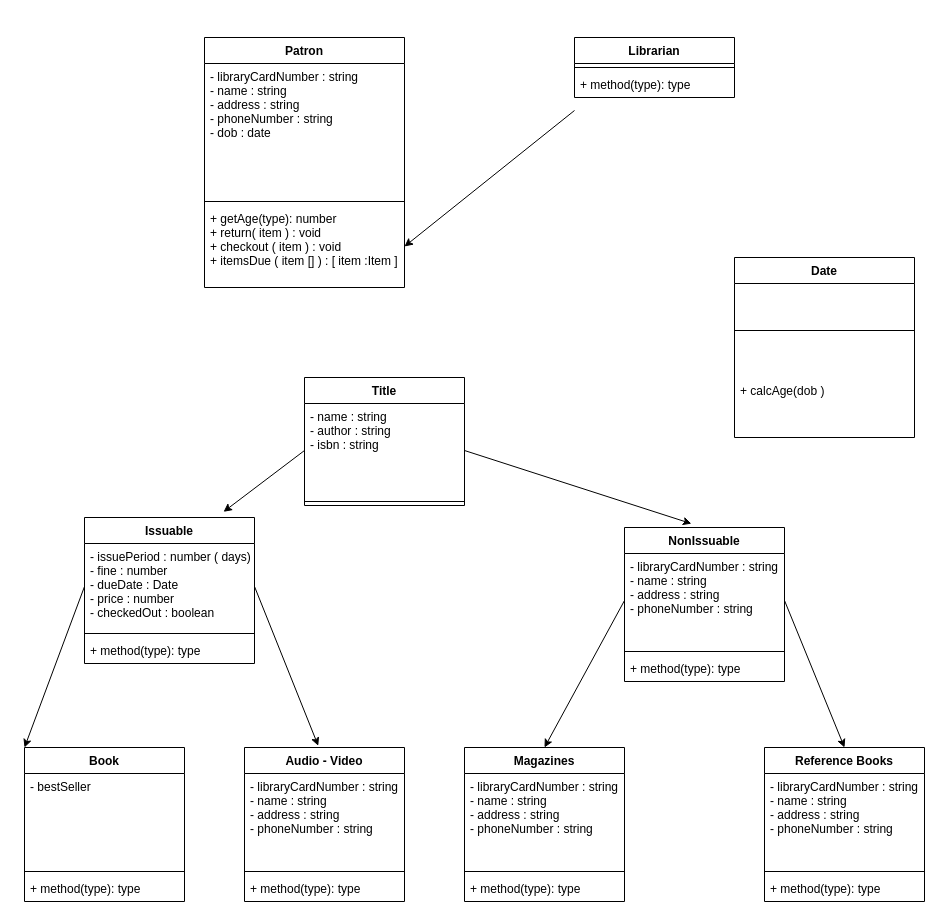
Above: ooa/library.drawio in code0monkey1/init-software-architecture-and-design (draw.io), before the change. Source tidied: cells renumbered, new cells numbered last; positions are measured from the earlier drawing's top-left corner, leaving out a move shared by most shapes. Both pictures are drawn from the tidied source at 100%, with x=0, y=0 at pixel (24, 37).
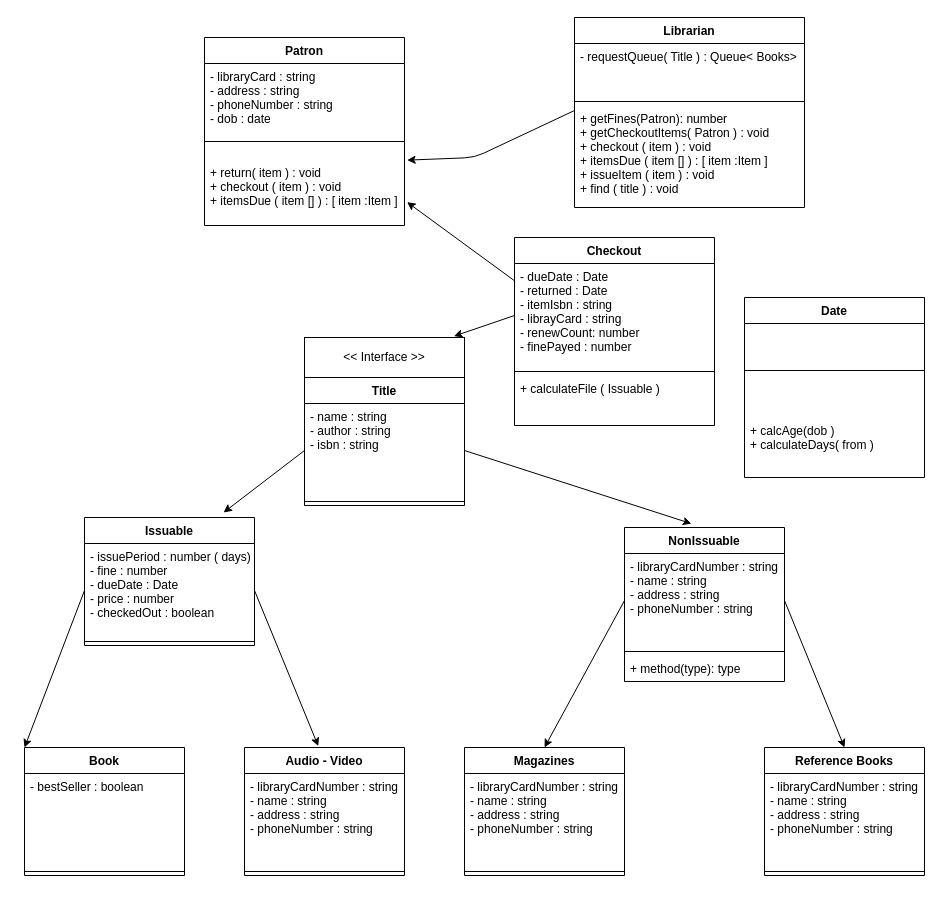
The same page after the edit.

Diff of the diagram source:
```diff
@@
     <mxCell id="2" value="Patron" style="swimlane;fontStyle=1;align=center;verticalAlign=top;horizontal=1;startSize=26;" parent="1" vertex="1">
-      <mxGeometry x="180" width="200" height="250" as="geometry" />
+      <mxGeometry x="180" width="200" height="188" as="geometry" />
     </mxCell>
-    <mxCell id="3" value="- libraryCardNumber : string&#10;- name : string&#10;- address : string&#10;- phoneNumber : string&#10;- dob : date&#10;" style="text;strokeColor=none;fillColor=none;align=left;verticalAlign=top;spacingLeft=4;spacingRight=4;overflow=hidden;" parent="2" vertex="1">
-      <mxGeometry y="26" width="200" height="134" as="geometry" />
+    <mxCell id="3" value="- libraryCard : string&#10;- address : string&#10;- phoneNumber : string&#10;- dob : date&#10;" style="text;strokeColor=none;fillColor=none;align=left;verticalAlign=top;spacingLeft=4;spacingRight=4;overflow=hidden;" parent="2" vertex="1">
+      <mxGeometry y="26" width="200" height="74" as="geometry" />
     </mxCell>
     <mxCell id="4" style="line;strokeWidth=1;fillColor=none;align=left;verticalAlign=middle;spacingTop=-1;spacingLeft=3;spacingRight=3;labelPosition=right;strokeColor=inherit;" parent="2" vertex="1">
-      <mxGeometry y="160" width="200" height="8" as="geometry" />
+      <mxGeometry y="100" width="200" height="8" as="geometry" />
     </mxCell>
-    <mxCell id="5" value="+ getAge(type): number&#10;+ return( item ) : void&#10;+ checkout ( item ) : void&#10;+ itemsDue ( item [] ) : [ item :Item ]&#10;" style="text;strokeColor=none;fillColor=none;align=left;verticalAlign=top;spacingLeft=4;spacingRight=4;overflow=hidden;points=[[0,0.5],[1,0.5]];portConstraint=eastwest;" parent="2" vertex="1">
-      <mxGeometry y="168" width="200" height="82" as="geometry" />
+    <mxCell id="5" value="&#10;+ return( item ) : void&#10;+ checkout ( item ) : void&#10;+ itemsDue ( item [] ) : [ item :Item ]&#10;" style="text;strokeColor=none;fillColor=none;align=left;verticalAlign=top;spacingLeft=4;spacingRight=4;overflow=hidden;points=[[0,0.5],[1,0.5]];portConstraint=eastwest;" parent="2" vertex="1">
+      <mxGeometry y="108" width="200" height="80" as="geometry" />
     </mxCell>
-    <mxCell id="6" value="Librarian" style="swimlane;fontStyle=1;align=center;verticalAlign=top;horizontal=1;startSize=26;" parent="1" vertex="1">
-      <mxGeometry x="550" width="160" height="60" as="geometry" />
-    </mxCell>
-    <mxCell id="7" style="line;strokeWidth=1;fillColor=none;align=left;verticalAlign=middle;spacingTop=-1;spacingLeft=3;spacingRight=3;labelPosition=right;strokeColor=inherit;" parent="6" vertex="1">
-      <mxGeometry y="26" width="160" height="8" as="geometry" />
-    </mxCell>
-    <mxCell id="8" value="+ method(type): type" style="text;strokeColor=none;fillColor=none;align=left;verticalAlign=top;spacingLeft=4;spacingRight=4;overflow=hidden;" parent="6" vertex="1">
-      <mxGeometry y="34" width="160" height="26" as="geometry" />
-    </mxCell>
     <mxCell id="9" value="Book" style="swimlane;fontStyle=1;align=center;verticalAlign=top;horizontal=1;startSize=26;" parent="1" vertex="1">
-      <mxGeometry y="710" width="160" height="154" as="geometry" />
+      <mxGeometry y="710" width="160" height="128" as="geometry" />
     </mxCell>
-    <mxCell id="10" value="- bestSeller" style="text;strokeColor=none;fillColor=none;align=left;verticalAlign=top;spacingLeft=4;spacingRight=4;overflow=hidden;" parent="9" vertex="1">
+    <mxCell id="10" value="- bestSeller : boolean" style="text;strokeColor=none;fillColor=none;align=left;verticalAlign=top;spacingLeft=4;spacingRight=4;overflow=hidden;" parent="9" vertex="1">
       <mxGeometry y="26" width="160" height="94" as="geometry" />
     </mxCell>
@@
-    <mxCell id="12" value="+ method(type): type" style="text;strokeColor=none;fillColor=none;align=left;verticalAlign=top;spacingLeft=4;spacingRight=4;overflow=hidden;" parent="9" vertex="1">
-      <mxGeometry y="128" width="160" height="26" as="geometry" />
-    </mxCell>
     <mxCell id="13" value="Date" style="swimlane;fontStyle=1;align=center;verticalAlign=top;horizontal=1;startSize=26;" parent="1" vertex="1">
-      <mxGeometry x="710" y="220" width="180" height="180" as="geometry" />
+      <mxGeometry x="720" y="260" width="180" height="180" as="geometry" />
     </mxCell>
@@
-    <mxCell id="15" value="+ calcAge(dob )" style="text;strokeColor=none;fillColor=none;align=left;verticalAlign=top;spacingLeft=4;spacingRight=4;overflow=hidden;" parent="13" vertex="1">
+    <mxCell id="15" value="+ calcAge(dob )&#10;+ calculateDays( from ) " style="text;strokeColor=none;fillColor=none;align=left;verticalAlign=top;spacingLeft=4;spacingRight=4;overflow=hidden;" parent="13" vertex="1">
       <mxGeometry y="120" width="180" height="60" as="geometry" />
     </mxCell>
-    <mxCell id="16" style="edgeStyle=none;html=1;exitX=0;exitY=0.5;exitDx=0;exitDy=0;entryX=1;entryY=0.5;entryDx=0;entryDy=0;" parent="1" edge="1" target="5">
+    <mxCell id="16" style="edgeStyle=none;html=1;exitX=0;exitY=0.5;exitDx=0;exitDy=0;entryX=1.013;entryY=0.183;entryDx=0;entryDy=0;entryPerimeter=0;" parent="1" edge="1" target="5">
       <mxGeometry relative="1" as="geometry">
         <mxPoint x="550" y="73" as="sourcePoint" />
+        <Array as="points">
+          <mxPoint x="450" y="120" />
+        </Array>
       </mxGeometry>
     </mxCell>
@@
     <mxCell id="20" value="Issuable" style="swimlane;fontStyle=1;align=center;verticalAlign=top;horizontal=1;startSize=26;" parent="1" vertex="1">
-      <mxGeometry x="60" y="480" width="170" height="146" as="geometry" />
+      <mxGeometry x="60" y="480" width="170" height="128" as="geometry" />
     </mxCell>
-    <mxCell id="21" value="- issuePeriod : number ( days)&#10;- fine : number&#10;- dueDate : Date&#10;- price : number &#10;- checkedOut : boolean" style="text;strokeColor=none;fillColor=none;align=left;verticalAlign=top;spacingLeft=4;spacingRight=4;overflow=hidden;points=[[0,0.5],[1,0.5]];portConstraint=eastwest;" parent="20" vertex="1">
-      <mxGeometry y="26" width="170" height="86" as="geometry" />
+    <mxCell id="21" value="- issuePeriod : number ( days)&#10;- fine : number&#10;- dueDate : Date&#10;- price : number &#10;- checkedOut : boolean&#10;" style="text;strokeColor=none;fillColor=none;align=left;verticalAlign=top;spacingLeft=4;spacingRight=4;overflow=hidden;points=[[0,0.5],[1,0.5]];portConstraint=eastwest;" parent="20" vertex="1">
+      <mxGeometry y="26" width="170" height="94" as="geometry" />
     </mxCell>
     <mxCell id="22" style="line;strokeWidth=1;fillColor=none;align=left;verticalAlign=middle;spacingTop=-1;spacingLeft=3;spacingRight=3;labelPosition=right;strokeColor=inherit;" parent="20" vertex="1">
-      <mxGeometry y="112" width="170" height="8" as="geometry" />
+      <mxGeometry y="120" width="170" height="8" as="geometry" />
     </mxCell>
-    <mxCell id="23" value="+ method(type): type" style="text;strokeColor=none;fillColor=none;align=left;verticalAlign=top;spacingLeft=4;spacingRight=4;overflow=hidden;" parent="20" vertex="1">
-      <mxGeometry y="120" width="170" height="26" as="geometry" />
-    </mxCell>
@@
     <mxCell id="31" value="Audio - Video" style="swimlane;fontStyle=1;align=center;verticalAlign=top;horizontal=1;startSize=26;" parent="1" vertex="1">
-      <mxGeometry x="220" y="710" width="160" height="154" as="geometry" />
+      <mxGeometry x="220" y="710" width="160" height="128" as="geometry" />
     </mxCell>
@@
-    <mxCell id="34" value="+ method(type): type" style="text;strokeColor=none;fillColor=none;align=left;verticalAlign=top;spacingLeft=4;spacingRight=4;overflow=hidden;" parent="31" vertex="1">
-      <mxGeometry y="128" width="160" height="26" as="geometry" />
-    </mxCell>
@@
     <mxCell id="36" value="Reference Books" style="swimlane;fontStyle=1;align=center;verticalAlign=top;horizontal=1;startSize=26;" parent="1" vertex="1">
-      <mxGeometry x="740" y="710" width="160" height="154" as="geometry" />
+      <mxGeometry x="740" y="710" width="160" height="128" as="geometry" />
     </mxCell>
@@
-    <mxCell id="39" value="+ method(type): type" style="text;strokeColor=none;fillColor=none;align=left;verticalAlign=top;spacingLeft=4;spacingRight=4;overflow=hidden;" parent="36" vertex="1">
-      <mxGeometry y="128" width="160" height="26" as="geometry" />
-    </mxCell>
     <mxCell id="40" value="Magazines" style="swimlane;fontStyle=1;align=center;verticalAlign=top;horizontal=1;startSize=26;" parent="1" vertex="1">
-      <mxGeometry x="440" y="710" width="160" height="154" as="geometry" />
+      <mxGeometry x="440" y="710" width="160" height="128" as="geometry" />
     </mxCell>
@@
-    <mxCell id="43" value="+ method(type): type" style="text;strokeColor=none;fillColor=none;align=left;verticalAlign=top;spacingLeft=4;spacingRight=4;overflow=hidden;" parent="40" vertex="1">
-      <mxGeometry y="128" width="160" height="26" as="geometry" />
-    </mxCell>
@@
+    <mxCell id="6" value="Librarian" style="swimlane;fontStyle=1;align=center;verticalAlign=top;horizontal=1;startSize=26;" parent="1" vertex="1">
+      <mxGeometry x="550" y="-20" width="230" height="190" as="geometry" />
+    </mxCell>
+    <mxCell id="46" value="- requestQueue( Title ) : Queue&lt; Books&gt;&#10; " style="text;strokeColor=none;fillColor=none;align=left;verticalAlign=top;spacingLeft=4;spacingRight=4;overflow=hidden;" parent="6" vertex="1">
+      <mxGeometry y="26" width="230" height="54" as="geometry" />
+    </mxCell>
+    <mxCell id="47" style="line;strokeWidth=1;fillColor=none;align=left;verticalAlign=middle;spacingTop=-1;spacingLeft=3;spacingRight=3;labelPosition=right;strokeColor=inherit;" parent="6" vertex="1">
+      <mxGeometry y="80" width="230" height="8" as="geometry" />
+    </mxCell>
+    <mxCell id="48" value="+ getFines(Patron): number&#10;+ getCheckoutItems( Patron ) : void&#10;+ checkout ( item ) : void&#10;+ itemsDue ( item [] ) : [ item :Item ]&#10;+ issueItem ( item ) : void&#10;+ find ( title ) : void " style="text;strokeColor=none;fillColor=none;align=left;verticalAlign=top;spacingLeft=4;spacingRight=4;overflow=hidden;" parent="6" vertex="1">
+      <mxGeometry y="88" width="230" height="102" as="geometry" />
+    </mxCell>
+    <mxCell id="49" value="Checkout" style="swimlane;fontStyle=1;align=center;verticalAlign=top;horizontal=1;startSize=26;" parent="1" vertex="1">
+      <mxGeometry x="490" y="200" width="200" height="188" as="geometry" />
+    </mxCell>
+    <mxCell id="50" value="- dueDate : Date&#10;- returned : Date&#10;- itemIsbn : string&#10;- librayCard : string&#10;- renewCount: number&#10;- finePayed : number&#10;" style="text;strokeColor=none;fillColor=none;align=left;verticalAlign=top;spacingLeft=4;spacingRight=4;overflow=hidden;points=[[0,0.5],[1,0.5]];portConstraint=eastwest;" parent="49" vertex="1">
+      <mxGeometry y="26" width="200" height="104" as="geometry" />
+    </mxCell>
+    <mxCell id="51" style="line;strokeWidth=1;fillColor=none;align=left;verticalAlign=middle;spacingTop=-1;spacingLeft=3;spacingRight=3;labelPosition=right;strokeColor=inherit;" parent="49" vertex="1">
+      <mxGeometry y="130" width="200" height="8" as="geometry" />
+    </mxCell>
+    <mxCell id="52" value="+ calculateFile ( Issuable )" style="text;strokeColor=none;fillColor=none;align=left;verticalAlign=top;spacingLeft=4;spacingRight=4;overflow=hidden;" parent="49" vertex="1">
+      <mxGeometry y="138" width="200" height="50" as="geometry" />
+    </mxCell>
+    <mxCell id="53" value="&amp;lt;&amp;lt; Interface &amp;gt;&amp;gt;" style="html=1;whiteSpace=wrap;" parent="1" vertex="1">
+      <mxGeometry x="280" y="300" width="160" height="40" as="geometry" />
+    </mxCell>
+    <mxCell id="54" style="edgeStyle=none;html=1;entryX=1.013;entryY=0.708;entryDx=0;entryDy=0;entryPerimeter=0;exitX=0.003;exitY=0.17;exitDx=0;exitDy=0;exitPerimeter=0;" parent="1" edge="1" source="50" target="5">
+      <mxGeometry relative="1" as="geometry" />
+    </mxCell>
+    <mxCell id="55" style="edgeStyle=none;html=1;exitX=0;exitY=0.5;exitDx=0;exitDy=0;entryX=0.934;entryY=-0.033;entryDx=0;entryDy=0;entryPerimeter=0;" parent="1" edge="1" source="50" target="53">
+      <mxGeometry relative="1" as="geometry" />
+    </mxCell>
```
